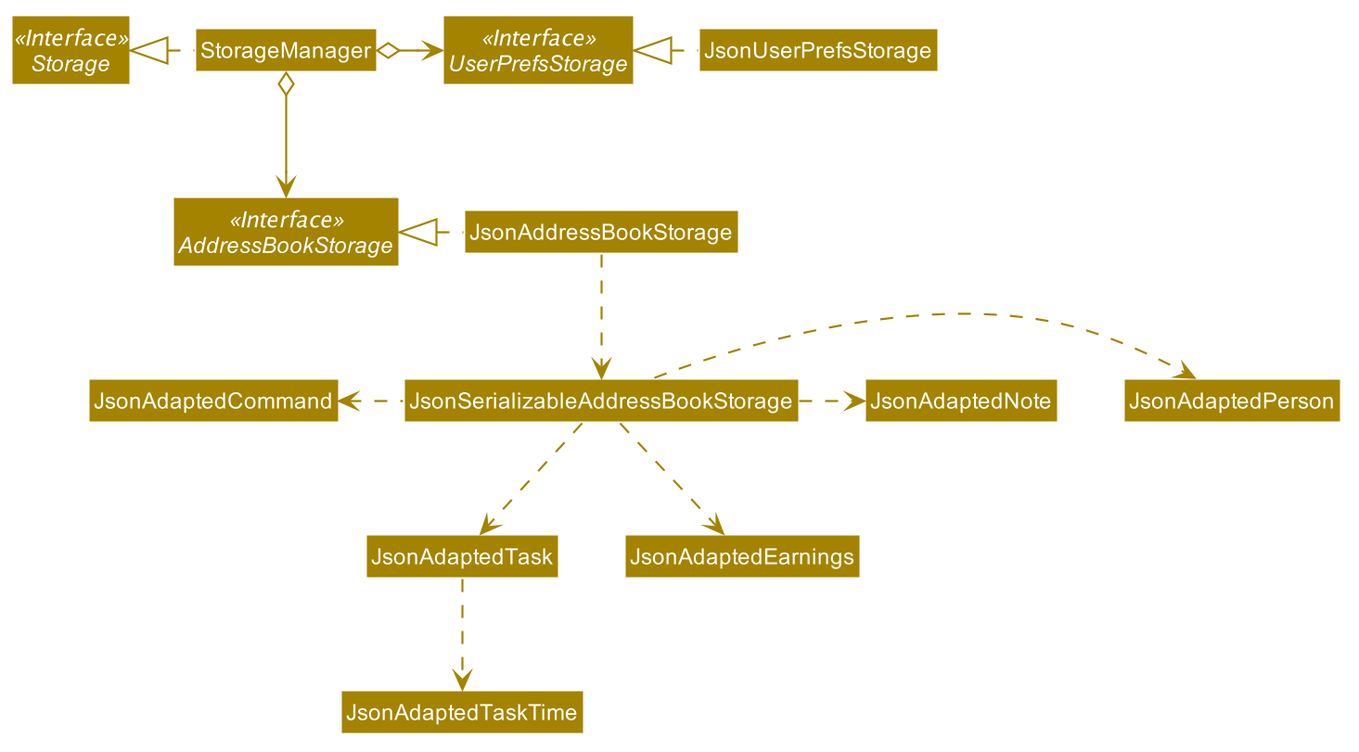
Before: docs/images/StorageClassDiagram.png, a diagram exported from PlantUML (nus-cs2103-AY1920S1/addressbook-level3).
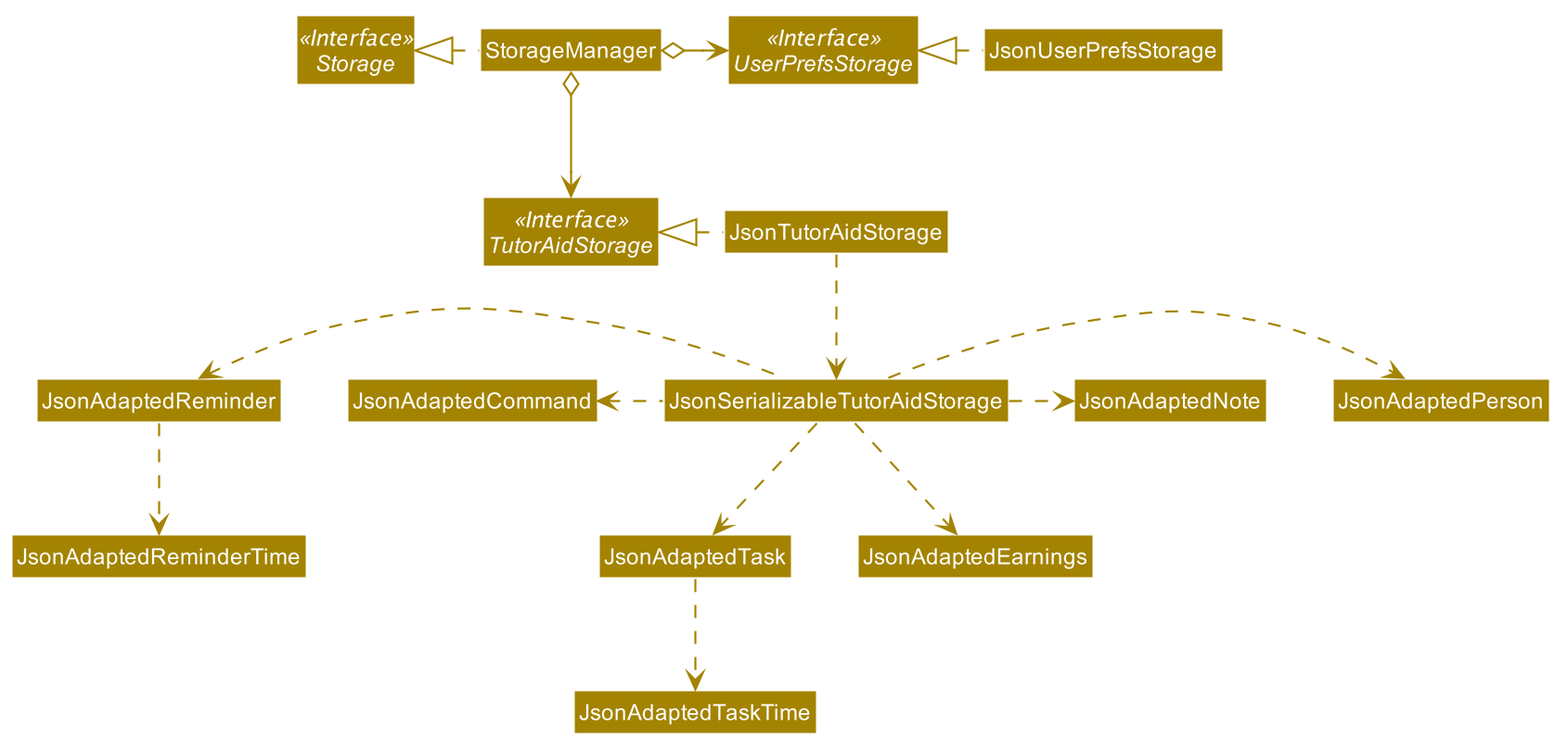
Later version of the same file.

Change to the diagram source:
```diff
@@ -53,24 +53,26 @@
 
 Interface Storage <<Interface>>
 Interface UserPrefsStorage <<Interface>>
-Interface AddressBookStorage <<Interface>>
+Interface TutorAidStorage <<Interface>>
 
 Class StorageManager
 Class JsonUserPrefsStorage
-Class JsonAddressBookStorage
+Class JsonTutorAidStorage
 
 StorageManager .left.|> Storage
 StorageManager o-right-> UserPrefsStorage
-StorageManager o--> AddressBookStorage
+StorageManager o--> TutorAidStorage
 
 JsonUserPrefsStorage .left.|> UserPrefsStorage
-JsonAddressBookStorage .left.|> AddressBookStorage
-JsonAddressBookStorage .down.> JsonSerializableAddressBookStorage
-JsonSerializableAddressBookStorage .right.> JsonAdaptedPerson
-JsonSerializableAddressBookStorage .down.> JsonAdaptedTask
-JsonSerializableAddressBookStorage .down.> JsonAdaptedEarnings
-JsonSerializableAddressBookStorage .left.> JsonAdaptedCommand
+JsonTutorAidStorage .left.|> TutorAidStorage
+JsonTutorAidStorage .down.> JsonSerializableTutorAidStorage
+JsonSerializableTutorAidStorage .right.> JsonAdaptedPerson
+JsonSerializableTutorAidStorage .down.> JsonAdaptedTask
+JsonSerializableTutorAidStorage .down.> JsonAdaptedEarnings
+JsonSerializableTutorAidStorage .left.> JsonAdaptedCommand
+JsonSerializableTutorAidStorage .left.> JsonAdaptedReminder
+JsonAdaptedReminder .down.> JsonAdaptedReminderTime
 JsonAdaptedTask .down.> JsonAdaptedTaskTime
-JsonSerializableAddressBookStorage .right.> JsonAdaptedNote
+JsonSerializableTutorAidStorage .right.> JsonAdaptedNote
 
 @enduml
```
